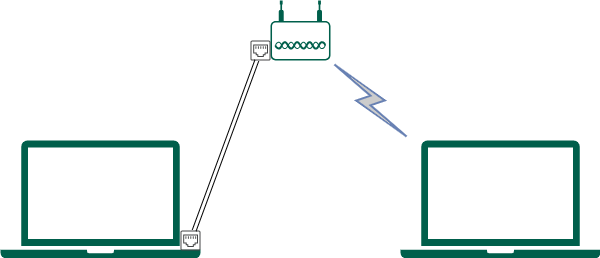
The draw.io diagram Configurations_images/ETH-WIFI.png in s343841/WiFiSec, before a commit. Source tidied: cells renumbered, new cells last; positions are measured from the earlier drawing's top-left corner, leaving out a move shared by most shapes. The source it was exported from:
```xml
<mxGraphModel>
  <root>
    <mxCell id="0" />
    <mxCell id="1" parent="0" />
    <mxCell id="2" style="sketch=0;shadow=0;dashed=0;html=1;strokeColor=none;fillColor=#005F4B;labelPosition=center;verticalLabelPosition=bottom;verticalAlign=top;align=center;shape=mxgraph.veeam2.laptop;" parent="1" vertex="1">
      <mxGeometry y="140" width="200" height="118" as="geometry" />
    </mxCell>
    <mxCell id="3" style="sketch=0;shadow=0;dashed=0;html=1;strokeColor=none;fillColor=#005F4B;labelPosition=center;verticalLabelPosition=bottom;verticalAlign=top;align=center;shape=mxgraph.veeam2.laptop;" parent="1" vertex="1">
      <mxGeometry x="400" y="140" width="200" height="118" as="geometry" />
    </mxCell>
    <mxCell id="4" style="sketch=0;shadow=0;dashed=0;html=1;strokeColor=none;fillColor=#434445;labelPosition=center;verticalLabelPosition=bottom;verticalAlign=top;align=center;outlineConnect=0;shape=mxgraph.vvd.ethernet_port;" parent="1" vertex="1">
      <mxGeometry x="180" y="230" width="20" height="20" as="geometry" />
    </mxCell>
    <mxCell id="5" style="verticalLabelPosition=bottom;sketch=0;html=1;verticalAlign=top;align=center;shape=mxgraph.cisco19.wireless_access_point;fillColor=#005F4B;strokeColor=none;" parent="1" vertex="1">
      <mxGeometry x="270" width="60" height="60" as="geometry" />
    </mxCell>
    <mxCell id="6" style="sketch=0;shadow=0;dashed=0;html=1;strokeColor=none;fillColor=#434445;labelPosition=center;verticalLabelPosition=bottom;verticalAlign=top;align=center;outlineConnect=0;shape=mxgraph.vvd.ethernet_port;" parent="1" vertex="1">
      <mxGeometry x="250" y="40" width="20" height="20" as="geometry" />
    </mxCell>
    <mxCell id="7" style="edgeStyle=none;jettySize=auto;html=1;rounded=0;shape=link;" parent="1" edge="1" source="4" target="6">
      <mxGeometry relative="1" as="geometry" />
    </mxCell>
    <mxCell id="8" style="html=1;outlineConnect=0;fillColor=#CCCCCC;strokeColor=#6881B3;gradientColor=none;gradientDirection=north;strokeWidth=2;shape=mxgraph.networks.comm_link_edge;html=1;rounded=0;" parent="1" edge="1">
      <mxGeometry relative="1" as="geometry">
        <mxPoint x="330" y="60" as="sourcePoint" />
        <mxPoint x="410" y="140" as="targetPoint" />
      </mxGeometry>
    </mxCell>
  </root>
</mxGraphModel>
```
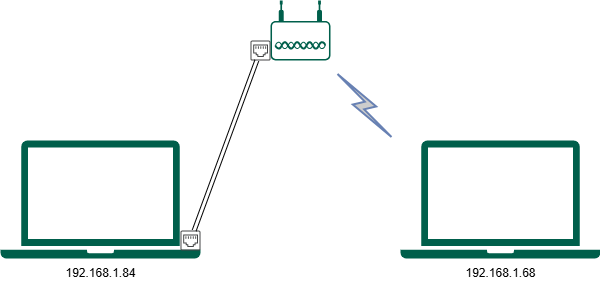
After the commit.

The edit, as a diff of the source:
```diff
@@ -22,9 +22,15 @@
     </mxCell>
     <mxCell id="8" style="html=1;outlineConnect=0;fillColor=#CCCCCC;strokeColor=#6881B3;gradientColor=none;gradientDirection=north;strokeWidth=2;shape=mxgraph.networks.comm_link_edge;html=1;rounded=0;" parent="1" edge="1">
       <mxGeometry relative="1" as="geometry">
-        <mxPoint x="330" y="60" as="sourcePoint" />
-        <mxPoint x="410" y="140" as="targetPoint" />
+        <mxPoint x="334" y="70" as="sourcePoint" />
+        <mxPoint x="394" y="140" as="targetPoint" />
       </mxGeometry>
     </mxCell>
+    <mxCell id="9" value="&lt;div&gt;&lt;font style=&quot;font-size: 12px;&quot; face=&quot;Helvetica&quot;&gt;192.168.1.84&lt;/font&gt;&lt;/div&gt;" style="text;html=1;align=center;verticalAlign=middle;strokeColor=none;fillColor=none;" parent="1" vertex="1">
+      <mxGeometry x="55" y="258" width="90" height="30" as="geometry" />
+    </mxCell>
+    <mxCell id="10" value="&lt;div&gt;&lt;font style=&quot;font-size: 12px;&quot; face=&quot;Helvetica&quot;&gt;192.168.1.68&lt;/font&gt;&lt;/div&gt;" style="text;html=1;align=center;verticalAlign=middle;strokeColor=none;fillColor=none;" parent="1" vertex="1">
+      <mxGeometry x="455" y="258" width="90" height="30" as="geometry" />
+    </mxCell>
   </root>
 </mxGraphModel>
```
